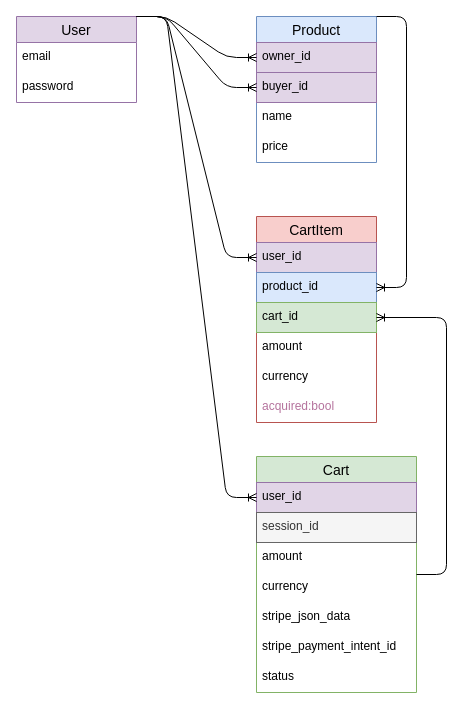
Earlier version of the draw.io diagram Marketplace Cart.drawio (dudintv/Developer-Test). Source tidied: cells renumbered, new cells numbered last; positions are measured from the earlier drawing's top-left corner, leaving out a move shared by most shapes. Both pictures are drawn from the tidied source at 100%, with x=0, y=0 at pixel (16, 16).
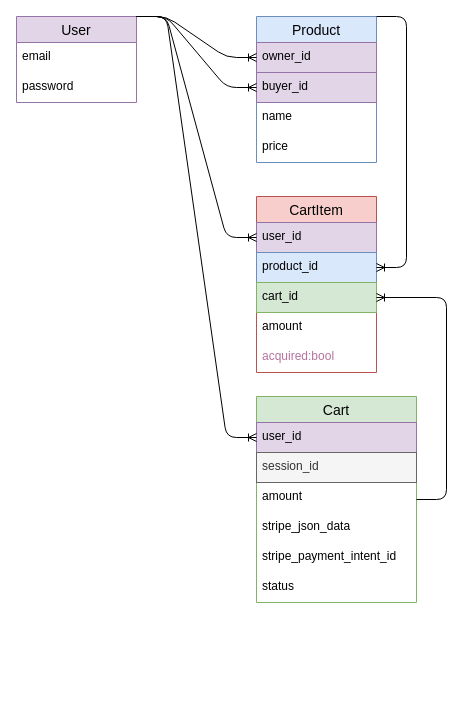
The same page after the edit.

Change to the diagram source:
```diff
@@
     <mxCell id="10" value="CartItem" style="swimlane;fontStyle=0;horizontal=1;startSize=26;align=center;fontSize=14;rounded=0;fillColor=#f8cecc;strokeColor=#b85450;" parent="1" vertex="1">
-      <mxGeometry x="240" y="200" width="120" height="206" as="geometry" />
+      <mxGeometry x="240" y="180" width="120" height="176" as="geometry" />
     </mxCell>
@@
-    <mxCell id="15" value="currency" style="text;strokeColor=none;fillColor=none;spacingLeft=4;spacingRight=4;overflow=hidden;fontSize=12;" parent="10" vertex="1">
-      <mxGeometry y="146" width="120" height="30" as="geometry" />
-    </mxCell>
     <mxCell id="16" value="acquired:bool" style="text;strokeColor=none;fillColor=none;spacingLeft=4;spacingRight=4;overflow=hidden;fontSize=12;fontColor=#B5739D;" parent="10" vertex="1">
-      <mxGeometry y="176" width="120" height="30" as="geometry" />
+      <mxGeometry y="146" width="120" height="30" as="geometry" />
     </mxCell>
@@
     <mxCell id="20" value="Cart" style="swimlane;fontStyle=0;horizontal=1;startSize=26;align=center;fontSize=14;rounded=0;fillColor=#d5e8d4;strokeColor=#82b366;" parent="1" vertex="1">
-      <mxGeometry x="240" y="440" width="160" height="236" as="geometry" />
+      <mxGeometry x="240" y="380" width="160" height="206" as="geometry" />
     </mxCell>
@@
-    <mxCell id="24" value="currency" style="text;strokeColor=none;fillColor=none;spacingLeft=4;spacingRight=4;overflow=hidden;fontSize=12;" parent="20" vertex="1">
-      <mxGeometry y="116" width="160" height="30" as="geometry" />
-    </mxCell>
     <mxCell id="25" value="stripe_json_data" style="text;strokeColor=none;fillColor=none;spacingLeft=4;spacingRight=4;overflow=hidden;fontSize=12;" parent="20" vertex="1">
-      <mxGeometry y="146" width="160" height="30" as="geometry" />
+      <mxGeometry y="116" width="160" height="30" as="geometry" />
     </mxCell>
     <mxCell id="26" value="stripe_payment_intent_id" style="text;strokeColor=none;fillColor=none;spacingLeft=4;spacingRight=4;overflow=hidden;fontSize=12;" parent="20" vertex="1">
-      <mxGeometry y="176" width="160" height="30" as="geometry" />
+      <mxGeometry y="146" width="160" height="30" as="geometry" />
     </mxCell>
     <mxCell id="27" value="status" style="text;strokeColor=none;fillColor=none;spacingLeft=4;spacingRight=4;overflow=hidden;fontSize=12;" parent="20" vertex="1">
-      <mxGeometry y="206" width="160" height="30" as="geometry" />
+      <mxGeometry y="176" width="160" height="30" as="geometry" />
     </mxCell>
```
